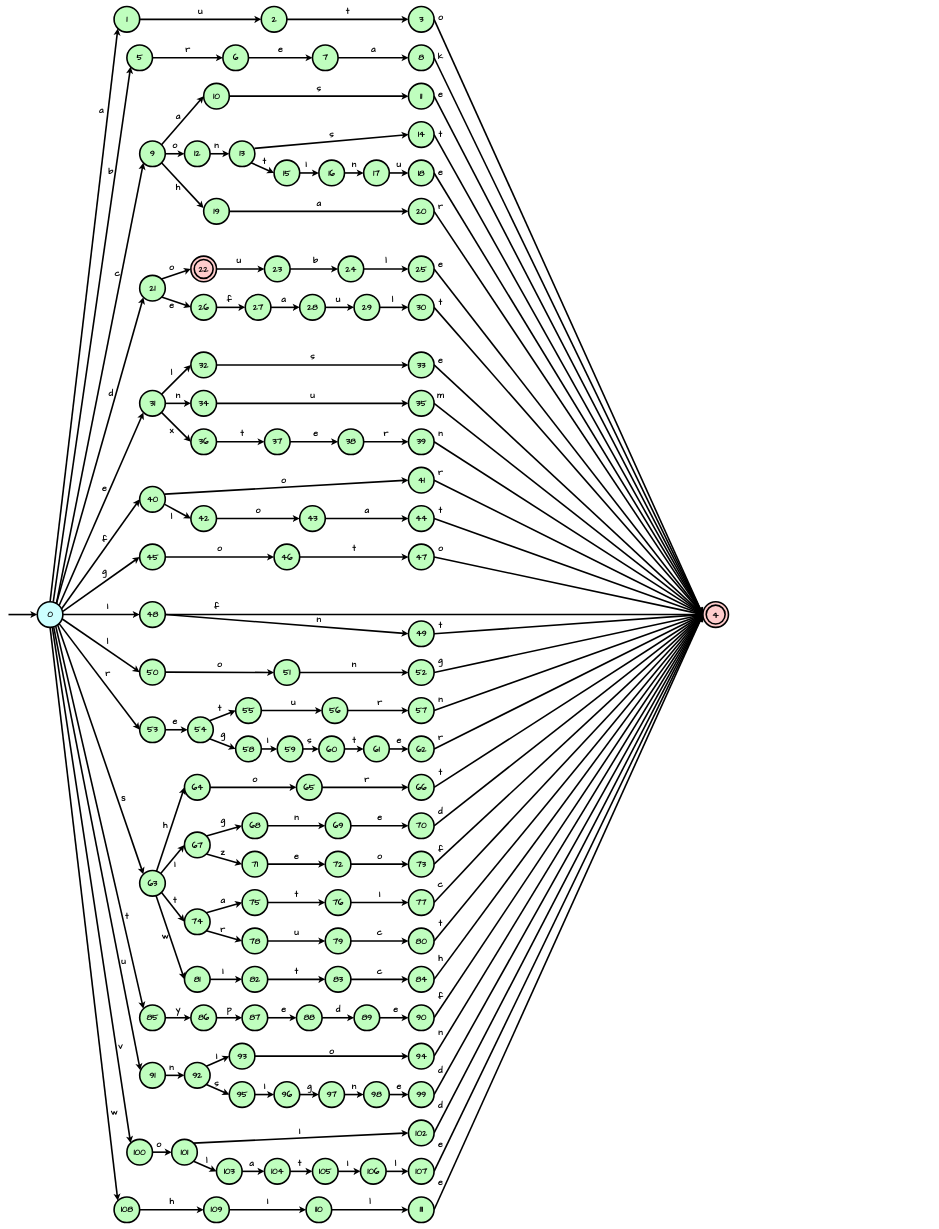
This is draw/DFA-保留字.drawio from zhangbird050801/C-Compiler, a draw.io file, before an edit. Source tidied: cells renumbered, new cells numbered last; positions are measured from the earlier drawing's top-left corner, leaving out a move shared by most shapes. Both pictures are drawn from the tidied source at 32%, with x=0, y=0 at pixel (8, 6).
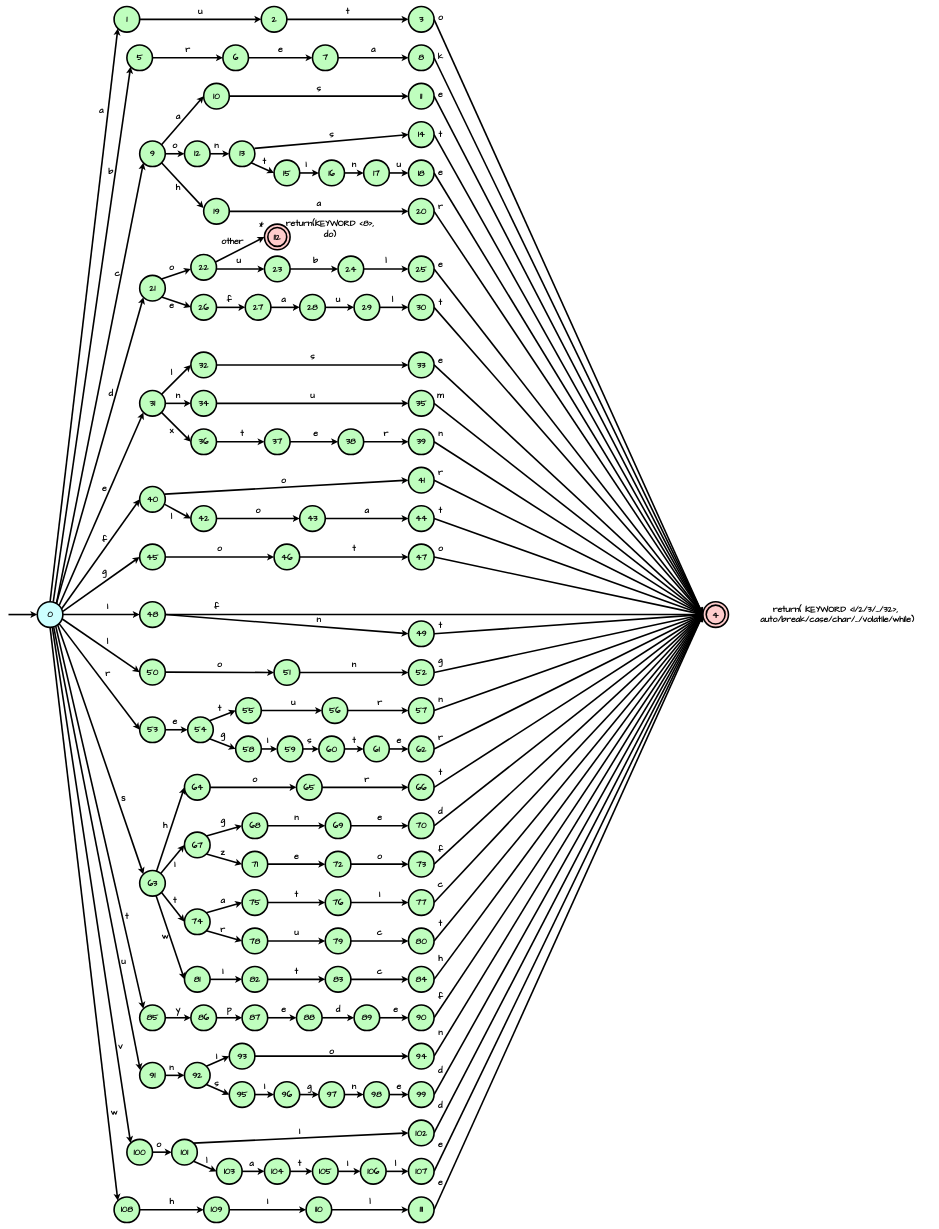
The same diagram, later.

What changed in the source:
```diff
@@
-    <mxCell id="100" style="group;strokeWidth=5;fontSize=27;fontStyle=1;" parent="1" vertex="1">
-      <mxGeometry x="570" y="780" width="80" height="80" as="geometry" />
-    </mxCell>
-    <mxCell id="101" style="ellipse;whiteSpace=wrap;html=1;strokeWidth=5;fillColor=#FFCCCC;fontSize=27;fontStyle=1;" parent="100" vertex="1">
-      <mxGeometry width="80" height="80" as="geometry" />
-    </mxCell>
-    <mxCell id="102" value="&lt;font face=&quot;Comic Sans MS&quot;&gt;&lt;span&gt;22&lt;/span&gt;&lt;/font&gt;" style="ellipse;whiteSpace=wrap;html=1;strokeWidth=5;fillColor=#FFCCCC;fontSize=27;fontStyle=1;" parent="100" vertex="1">
-      <mxGeometry x="10.4" y="10.4" width="59.1" height="59.1" as="geometry" />
-    </mxCell>
@@
+    <mxCell id="401" value="&lt;div&gt;&lt;font&gt;return( KEYWORD &amp;lt;1/2/3/.../32&amp;gt;,&amp;nbsp;&lt;/font&gt;&lt;/div&gt;&lt;div&gt;&lt;span style=&quot;background-color: transparent; color: light-dark(rgb(0, 0, 0), rgb(255, 255, 255));&quot;&gt;auto/&lt;/span&gt;&lt;span style=&quot;background-color: transparent; color: light-dark(rgb(0, 0, 0), rgb(255, 255, 255));&quot;&gt;break/case/&lt;/span&gt;&lt;span style=&quot;background-color: transparent; color: light-dark(rgb(0, 0, 0), rgb(255, 255, 255));&quot; class=&quot;ne-text&quot;&gt;char/.../&lt;/span&gt;&lt;span style=&quot;background-color: transparent; color: light-dark(rgb(0, 0, 0), rgb(255, 255, 255));&quot;&gt;volatile/while&lt;/span&gt;&lt;span style=&quot;background-color: transparent; color: light-dark(rgb(0, 0, 0), rgb(255, 255, 255));&quot;&gt;)&lt;/span&gt;&lt;/div&gt;" style="text;html=1;align=center;verticalAlign=middle;whiteSpace=wrap;rounded=0;fontFamily=Comic Sans MS;strokeWidth=5;fontSize=27;fontStyle=1;" parent="1" vertex="1">
+      <mxGeometry x="2290" y="1740" width="600" height="320" as="geometry" />
+    </mxCell>
+    <mxCell id="402" style="endArrow=classic;html=1;exitX=1;exitY=0;exitDx=0;exitDy=0;strokeWidth=5;fontSize=27;fontStyle=1;entryX=0;entryY=0.5;entryDx=0;entryDy=0;" parent="1" edge="1">
+      <mxGeometry relative="1" as="geometry">
+        <mxPoint x="644" y="800" as="sourcePoint" />
+        <mxPoint x="800" y="720" as="targetPoint" />
+      </mxGeometry>
+    </mxCell>
+    <mxCell id="403" value="&lt;font&gt;other&lt;/font&gt;" style="text;html=1;align=center;verticalAlign=middle;whiteSpace=wrap;rounded=0;fontFamily=Comic Sans MS;strokeWidth=5;fontSize=27;fontStyle=1;" parent="1" vertex="1">
+      <mxGeometry x="670" y="720" width="60" height="30" as="geometry" />
+    </mxCell>
+    <mxCell id="404" value="&lt;font&gt;return(KEYWORD &amp;lt;8&amp;gt;, do)&lt;/font&gt;" style="text;html=1;align=center;verticalAlign=middle;whiteSpace=wrap;rounded=0;fontFamily=Comic Sans MS;strokeWidth=5;fontSize=27;fontStyle=1;" parent="1" vertex="1">
+      <mxGeometry x="860" y="660" width="290" height="70" as="geometry" />
+    </mxCell>
+    <mxCell id="405" style="group;strokeWidth=5;fontSize=27;fontStyle=1;" parent="1" vertex="1">
+      <mxGeometry x="800" y="680" width="80" height="80" as="geometry" />
+    </mxCell>
+    <mxCell id="101" style="ellipse;whiteSpace=wrap;html=1;strokeWidth=5;fillColor=#FFCCCC;fontSize=27;fontStyle=1;" parent="405" vertex="1">
+      <mxGeometry width="80" height="80" as="geometry" />
+    </mxCell>
+    <mxCell id="406" value="&lt;font face=&quot;Comic Sans MS&quot;&gt;&lt;span&gt;112&lt;/span&gt;&lt;/font&gt;" style="ellipse;whiteSpace=wrap;html=1;strokeWidth=5;fillColor=#FFCCCC;fontSize=27;fontStyle=1;" parent="405" vertex="1">
+      <mxGeometry x="10.4" y="10.4" width="59.1" height="59.1" as="geometry" />
+    </mxCell>
+    <mxCell id="102" value="&lt;font face=&quot;Comic Sans MS&quot;&gt;22&lt;/font&gt;" style="ellipse;whiteSpace=wrap;html=1;strokeWidth=5;fillColor=#BFFEBE;fontSize=27;fontStyle=1;" parent="1" vertex="1">
+      <mxGeometry x="570" y="775" width="80" height="80" as="geometry" />
+    </mxCell>
+    <mxCell id="407" value="&lt;font&gt;*&lt;/font&gt;" style="text;html=1;align=center;verticalAlign=middle;whiteSpace=wrap;rounded=0;fontFamily=Comic Sans MS;strokeWidth=5;fontSize=27;fontStyle=1;" parent="1" vertex="1">
+      <mxGeometry x="760" y="670" width="60" height="30" as="geometry" />
+    </mxCell>
```
